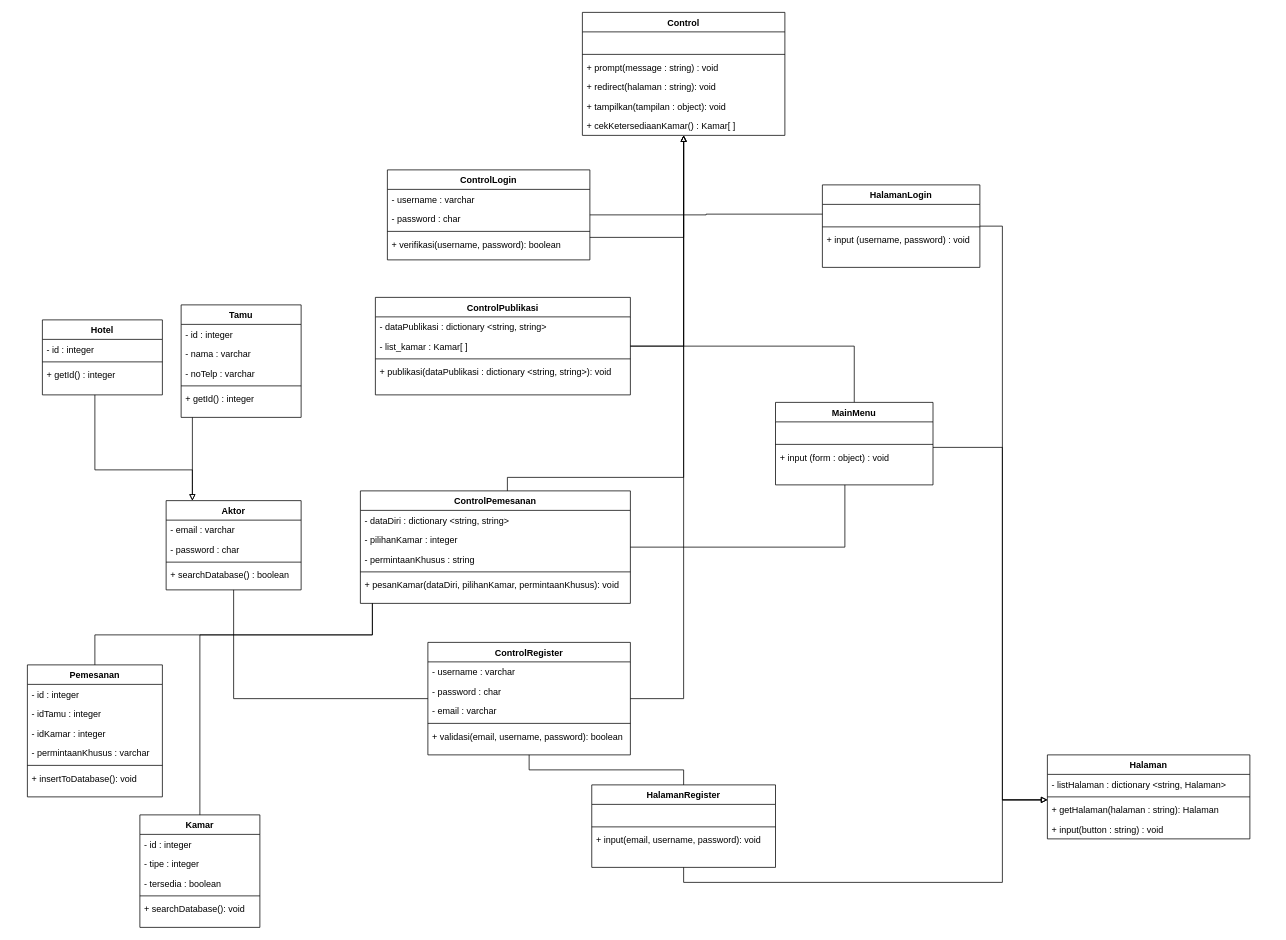
Before: modul8-aps.drawio in ahmrh/diagrams.net, a draw.io diagram. Source tidied: cells renumbered, new cells numbered last; positions are measured from the earlier drawing's top-left corner, leaving out a move shared by most shapes. Both pictures are drawn from the tidied source at 75%, with x=0, y=0 at pixel (27, 12).
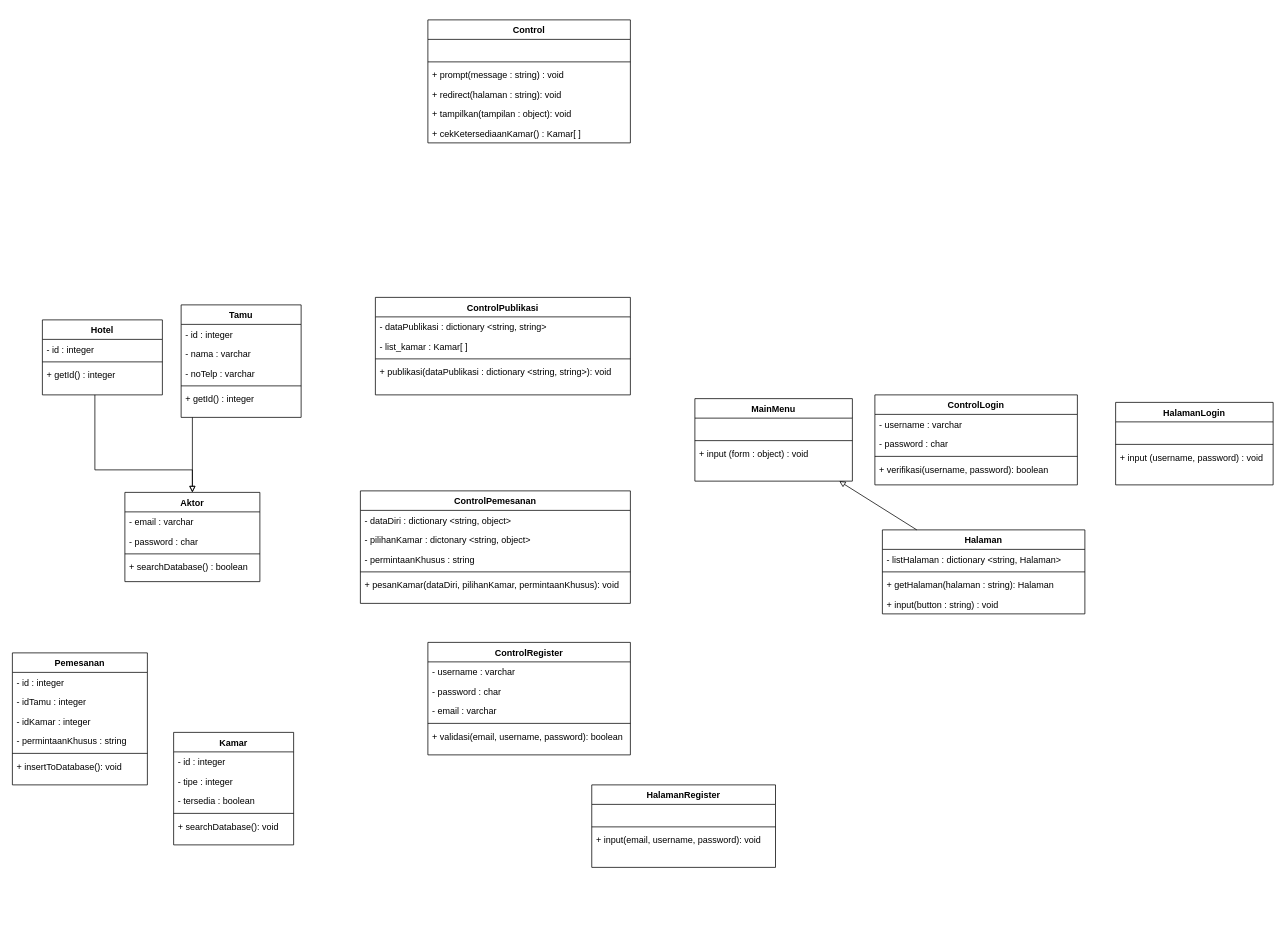
The same page after the edit.

The change refers to these unchanged cells:
```xml
<mxCell id="25" value="ControlRegister" style="swimlane;fontStyle=1;align=center;verticalAlign=top;horizontal=1;startSize=26;rounded=0;shadow=0;strokeWidth=1;" parent="1" vertex="1">
  <mxGeometry x="534" y="840" width="270" height="150" as="geometry" />
</mxCell>
<mxCell id="38" value=" " style="text;align=left;verticalAlign=top;spacingLeft=4;spacingRight=4;overflow=hidden;points=[[0,0.5],[1,0.5]];portConstraint=eastwest;" parent="37" vertex="1">
  <mxGeometry y="26" width="210" height="26" as="geometry" />
</mxCell>
<mxCell id="52" value="ControlPemesanan" style="swimlane;fontStyle=1;align=center;verticalAlign=top;horizontal=1;startSize=26;rounded=0;shadow=0;strokeWidth=1;" parent="1" vertex="1">
  <mxGeometry x="444" y="638" width="360" height="150" as="geometry" />
</mxCell>
<mxCell id="61" value="ControlPublikasi" style="swimlane;fontStyle=1;align=center;verticalAlign=top;horizontal=1;startSize=26;rounded=0;shadow=0;strokeWidth=1;" parent="1" vertex="1">
  <mxGeometry x="464" y="380" width="340" height="130" as="geometry" />
</mxCell>
<mxCell id="73" value="HalamanRegister" style="swimlane;fontStyle=1;align=center;verticalAlign=top;horizontal=1;startSize=26;rounded=0;shadow=0;strokeWidth=1;" parent="1" vertex="1">
  <mxGeometry x="752.5" y="1030" width="245" height="110" as="geometry" />
</mxCell>
```

Diff of the diagram source:
```diff
@@
-    <mxCell id="2" style="edgeStyle=orthogonalEdgeStyle;rounded=0;jettySize=auto;html=1;endArrow=none;endFill=0;" parent="1" edge="1" source="3" target="25">
-      <mxGeometry relative="1" as="geometry">
-        <Array as="points">
-          <mxPoint x="275" y="915" />
-        </Array>
-      </mxGeometry>
-    </mxCell>
     <mxCell id="3" value="Aktor" style="swimlane;fontStyle=1;align=center;verticalAlign=top;horizontal=1;startSize=26;rounded=0;shadow=0;strokeWidth=1;" parent="1" vertex="1">
-      <mxGeometry x="185" y="651" width="180" height="119" as="geometry" />
+      <mxGeometry x="130" y="640" width="180" height="119" as="geometry" />
     </mxCell>
@@
-    <mxCell id="19" style="edgeStyle=orthogonalEdgeStyle;rounded=0;jettySize=auto;html=1;startArrow=none;startFill=0;endArrow=block;endFill=0;" parent="1" edge="1" source="20" target="43">
-      <mxGeometry relative="1" as="geometry">
-        <Array as="points">
-          <mxPoint x="875" y="300" />
-        </Array>
-      </mxGeometry>
-    </mxCell>
     <mxCell id="20" value="ControlLogin" style="swimlane;fontStyle=1;align=center;verticalAlign=top;horizontal=1;startSize=26;rounded=0;shadow=0;strokeWidth=1;" parent="1" vertex="1">
-      <mxGeometry x="480" y="210" width="270" height="120" as="geometry" />
+      <mxGeometry x="1130" y="510" width="270" height="120" as="geometry" />
     </mxCell>
@@
     <mxCell id="31" value="Halaman" style="swimlane;fontStyle=1;align=center;verticalAlign=top;horizontal=1;startSize=26;rounded=0;shadow=0;strokeWidth=1;" parent="1" vertex="1">
-      <mxGeometry x="1360" y="990" width="270" height="112" as="geometry" />
+      <mxGeometry x="1140" y="690" width="270" height="112" as="geometry" />
     </mxCell>
@@
-    <mxCell id="36" style="edgeStyle=orthogonalEdgeStyle;rounded=0;jettySize=auto;html=1;endArrow=block;endFill=0;" parent="1" edge="1" source="37" target="31">
-      <mxGeometry relative="1" as="geometry">
-        <Array as="points">
-          <mxPoint x="1300" y="285" />
-          <mxPoint x="1300" y="1050" />
-        </Array>
-      </mxGeometry>
-    </mxCell>
     <mxCell id="37" value="HalamanLogin" style="swimlane;fontStyle=1;align=center;verticalAlign=top;horizontal=1;startSize=26;rounded=0;shadow=0;strokeWidth=1;" parent="1" vertex="1">
-      <mxGeometry x="1060" y="230" width="210" height="110" as="geometry" />
+      <mxGeometry x="1451" y="520" width="210" height="110" as="geometry" />
     </mxCell>
@@
-    <mxCell id="41" style="edgeStyle=orthogonalEdgeStyle;rounded=0;jettySize=auto;html=1;startArrow=block;startFill=0;endArrow=none;endFill=0;" parent="1" edge="1" source="31" target="73">
-      <mxGeometry relative="1" as="geometry">
-        <Array as="points">
-          <mxPoint x="1300" y="1050" />
-          <mxPoint x="1300" y="1160" />
-          <mxPoint x="875" y="1160" />
-        </Array>
-      </mxGeometry>
-    </mxCell>
-    <mxCell id="42" style="edgeStyle=orthogonalEdgeStyle;rounded=0;jettySize=auto;html=1;startArrow=block;startFill=0;endArrow=none;endFill=0;" parent="1" edge="1" source="31" target="68">
-      <mxGeometry relative="1" as="geometry">
-        <Array as="points">
-          <mxPoint x="1300" y="1050" />
-          <mxPoint x="1300" y="580" />
-        </Array>
-      </mxGeometry>
-    </mxCell>
     <mxCell id="43" value="Control" style="swimlane;fontStyle=1;align=center;verticalAlign=top;horizontal=1;startSize=26;rounded=0;shadow=0;strokeWidth=1;" parent="1" vertex="1">
-      <mxGeometry x="740" width="270" height="164" as="geometry" />
+      <mxGeometry x="534" y="10" width="270" height="164" as="geometry" />
     </mxCell>
@@
-    <mxCell id="50" style="edgeStyle=elbowEdgeStyle;rounded=0;jettySize=auto;elbow=vertical;html=1;endArrow=none;endFill=0;" parent="1" edge="1" source="52" target="84">
-      <mxGeometry relative="1" as="geometry">
-        <Array as="points">
-          <mxPoint x="460" y="830" />
-          <mxPoint x="380" y="1150" />
-          <mxPoint x="450" y="950" />
-          <mxPoint x="490" y="820" />
-          <mxPoint x="450" y="820" />
-        </Array>
-      </mxGeometry>
-    </mxCell>
-    <mxCell id="51" style="edgeStyle=elbowEdgeStyle;rounded=0;jettySize=auto;elbow=vertical;html=1;endArrow=none;endFill=0;" parent="1" edge="1" source="52" target="77">
-      <mxGeometry relative="1" as="geometry">
-        <Array as="points">
-          <mxPoint x="460" y="830" />
-          <mxPoint x="420" y="830" />
-          <mxPoint x="450" y="950" />
-          <mxPoint x="260" y="950" />
-          <mxPoint x="490" y="820" />
-          <mxPoint x="260" y="940" />
-          <mxPoint x="440" y="820" />
-        </Array>
-      </mxGeometry>
-    </mxCell>
@@
-    <mxCell id="53" value="- dataDiri : dictionary &lt;string, string&gt;" style="text;align=left;verticalAlign=top;spacingLeft=4;spacingRight=4;overflow=hidden;" parent="52" vertex="1">
+    <mxCell id="53" value="- dataDiri : dictionary &lt;string, object&gt;" style="text;align=left;verticalAlign=top;spacingLeft=4;spacingRight=4;overflow=hidden;" parent="52" vertex="1">
       <mxGeometry y="26" width="360" height="26" as="geometry" />
     </mxCell>
-    <mxCell id="54" value="- pilihanKamar : integer" style="text;align=left;verticalAlign=top;spacingLeft=4;spacingRight=4;overflow=hidden;" parent="52" vertex="1">
+    <mxCell id="54" value="- pilihanKamar : dictonary &lt;string, object&gt;" style="text;align=left;verticalAlign=top;spacingLeft=4;spacingRight=4;overflow=hidden;" parent="52" vertex="1">
       <mxGeometry y="52" width="360" height="26" as="geometry" />
     </mxCell>
@@
-    <mxCell id="58" style="edgeStyle=orthogonalEdgeStyle;rounded=0;jettySize=auto;html=1;startArrow=none;startFill=0;endArrow=block;endFill=0;" parent="1" edge="1" source="25" target="43">
-      <mxGeometry relative="1" as="geometry">
-        <Array as="points">
-          <mxPoint x="875" y="915" />
-        </Array>
-      </mxGeometry>
-    </mxCell>
-    <mxCell id="59" style="edgeStyle=orthogonalEdgeStyle;rounded=0;jettySize=auto;html=1;startArrow=none;startFill=0;endArrow=block;endFill=0;" parent="1" edge="1" source="52" target="43">
-      <mxGeometry relative="1" as="geometry">
-        <Array as="points">
-          <mxPoint x="640" y="620" />
-          <mxPoint x="875" y="620" />
-        </Array>
-      </mxGeometry>
-    </mxCell>
-    <mxCell id="60" style="edgeStyle=orthogonalEdgeStyle;rounded=0;jettySize=auto;html=1;endArrow=none;endFill=0;" parent="1" edge="1" source="61" target="68">
-      <mxGeometry relative="1" as="geometry" />
-    </mxCell>
@@
-    <mxCell id="66" style="edgeStyle=orthogonalEdgeStyle;rounded=0;jettySize=auto;html=1;startArrow=none;startFill=0;endArrow=block;endFill=0;" parent="1" edge="1" source="61" target="43">
-      <mxGeometry relative="1" as="geometry">
-        <Array as="points">
-          <mxPoint x="875" y="445" />
-        </Array>
-      </mxGeometry>
-    </mxCell>
-    <mxCell id="67" style="edgeStyle=orthogonalEdgeStyle;rounded=0;jettySize=auto;html=1;endArrow=none;endFill=0;" parent="1" edge="1" source="68" target="52">
-      <mxGeometry relative="1" as="geometry">
-        <Array as="points">
-          <mxPoint x="1090" y="713" />
-        </Array>
-      </mxGeometry>
-    </mxCell>
     <mxCell id="68" value="MainMenu" style="swimlane;fontStyle=1;align=center;verticalAlign=top;horizontal=1;startSize=26;rounded=0;shadow=0;strokeWidth=1;" parent="1" vertex="1">
-      <mxGeometry x="997.5" y="520" width="210" height="110" as="geometry" />
+      <mxGeometry x="890" y="515" width="210" height="110" as="geometry" />
     </mxCell>
@@
-    <mxCell id="72" style="edgeStyle=orthogonalEdgeStyle;rounded=0;jettySize=auto;html=1;endArrow=none;endFill=0;" parent="1" edge="1" source="73" target="25">
-      <mxGeometry relative="1" as="geometry" />
-    </mxCell>
@@
     <mxCell id="77" value="Pemesanan" style="swimlane;fontStyle=1;align=center;verticalAlign=top;horizontal=1;startSize=26;rounded=0;shadow=0;strokeWidth=1;" parent="1" vertex="1">
-      <mxGeometry y="870" width="180" height="176" as="geometry" />
+      <mxGeometry x="-20" y="854" width="180" height="176" as="geometry" />
     </mxCell>
@@
-    <mxCell id="81" value="- permintaanKhusus : varchar" style="text;align=left;verticalAlign=top;spacingLeft=4;spacingRight=4;overflow=hidden;rounded=0;shadow=0;html=0;" parent="77" vertex="1">
+    <mxCell id="81" value="- permintaanKhusus : string" style="text;align=left;verticalAlign=top;spacingLeft=4;spacingRight=4;overflow=hidden;rounded=0;shadow=0;html=0;" parent="77" vertex="1">
       <mxGeometry y="104" width="180" height="26" as="geometry" />
     </mxCell>
@@
     <mxCell id="84" value="Kamar" style="swimlane;fontStyle=1;align=center;verticalAlign=top;horizontal=1;startSize=26;rounded=0;shadow=0;strokeWidth=1;" parent="1" vertex="1">
-      <mxGeometry x="150" y="1070" width="160" height="150" as="geometry" />
+      <mxGeometry x="195" y="960" width="160" height="150" as="geometry" />
     </mxCell>
@@
-    <mxCell id="90" style="edgeStyle=orthogonalEdgeStyle;rounded=0;jettySize=auto;html=1;endArrow=none;endFill=0;" parent="1" edge="1" source="38" target="20">
-      <mxGeometry relative="1" as="geometry" />
-    </mxCell>
@@
+    <mxCell id="92" style="endArrow=none;html=1;rounded=0;startArrow=block;startFill=0;" parent="1" edge="1" source="68" target="31">
+      <mxGeometry relative="1" as="geometry" />
+    </mxCell>
```
